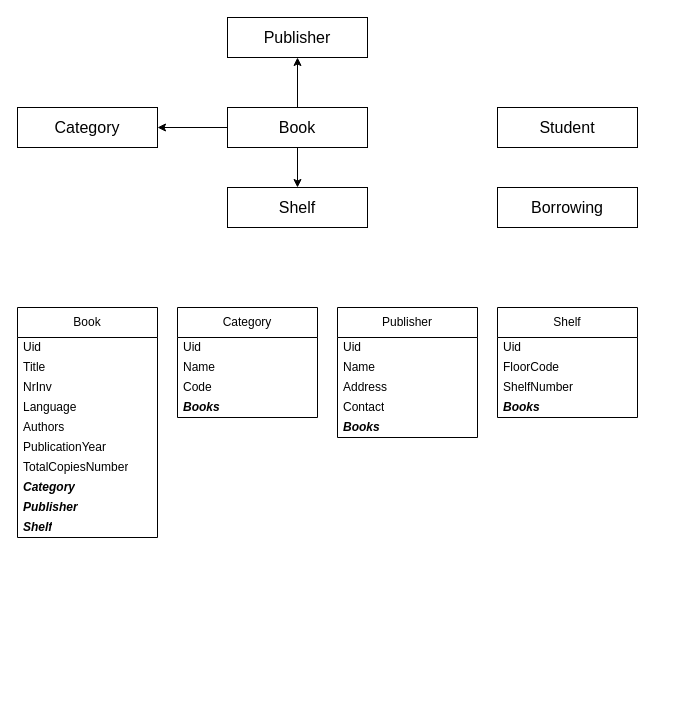
The draw.io diagram BookLibrary.drawio in ovidiucazacu/BookLibrary, before the edit. Source tidied: cells renumbered, new cells numbered last; positions are measured from the earlier drawing's top-left corner, leaving out a move shared by most shapes. Both pictures are drawn from the tidied source at 100%, with x=0, y=0 at pixel (17, 17).
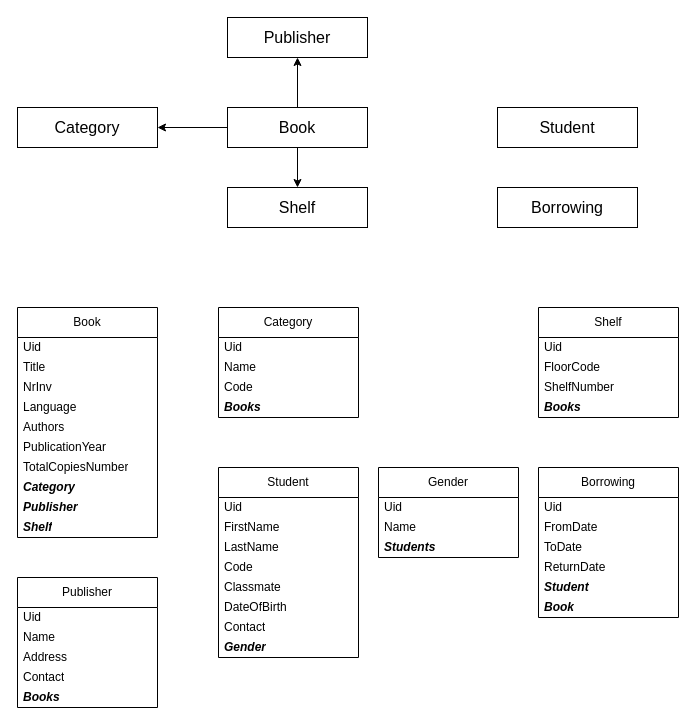
The same page after the edit.

Change to the diagram source:
```diff
@@
     <mxCell id="22" value="Category" style="swimlane;fontStyle=0;horizontal=1;startSize=30;whiteSpace=wrap;html=1;" parent="1" vertex="1">
-      <mxGeometry x="160" y="290" width="140" height="110" as="geometry" />
+      <mxGeometry x="201" y="290" width="140" height="110" as="geometry" />
     </mxCell>
@@
     <mxCell id="27" value="Publisher" style="swimlane;fontStyle=0;horizontal=1;startSize=30;whiteSpace=wrap;html=1;" parent="1" vertex="1">
-      <mxGeometry x="320" y="290" width="140" height="130" as="geometry" />
+      <mxGeometry y="560" width="140" height="130" as="geometry" />
     </mxCell>
@@
     <mxCell id="33" value="Shelf" style="swimlane;fontStyle=0;horizontal=1;startSize=30;whiteSpace=wrap;html=1;" parent="1" vertex="1">
-      <mxGeometry x="480" y="290" width="140" height="110" as="geometry" />
+      <mxGeometry x="521" y="290" width="140" height="110" as="geometry" />
     </mxCell>
@@
+    <mxCell id="38" value="Student" style="swimlane;fontStyle=0;horizontal=1;startSize=30;whiteSpace=wrap;html=1;" parent="1" vertex="1">
+      <mxGeometry x="201" y="450" width="140" height="190" as="geometry" />
+    </mxCell>
+    <mxCell id="39" value="Uid" style="text;strokeColor=none;fillColor=none;align=left;verticalAlign=middle;spacingLeft=4;spacingRight=4;overflow=hidden;whiteSpace=wrap;html=1;" parent="38" vertex="1">
+      <mxGeometry y="30" width="140" height="20" as="geometry" />
+    </mxCell>
+    <mxCell id="40" value="FirstName" style="text;strokeColor=none;fillColor=none;align=left;verticalAlign=middle;spacingLeft=4;spacingRight=4;overflow=hidden;whiteSpace=wrap;html=1;" parent="38" vertex="1">
+      <mxGeometry y="50" width="140" height="20" as="geometry" />
+    </mxCell>
+    <mxCell id="41" value="LastName" style="text;strokeColor=none;fillColor=none;align=left;verticalAlign=middle;spacingLeft=4;spacingRight=4;overflow=hidden;whiteSpace=wrap;html=1;" parent="38" vertex="1">
+      <mxGeometry y="70" width="140" height="20" as="geometry" />
+    </mxCell>
+    <mxCell id="42" value="Code" style="text;strokeColor=none;fillColor=none;align=left;verticalAlign=middle;spacingLeft=4;spacingRight=4;overflow=hidden;whiteSpace=wrap;html=1;" parent="38" vertex="1">
+      <mxGeometry y="90" width="140" height="20" as="geometry" />
+    </mxCell>
+    <mxCell id="43" value="Classmate" style="text;strokeColor=none;fillColor=none;align=left;verticalAlign=middle;spacingLeft=4;spacingRight=4;overflow=hidden;whiteSpace=wrap;html=1;" parent="38" vertex="1">
+      <mxGeometry y="110" width="140" height="20" as="geometry" />
+    </mxCell>
+    <mxCell id="44" value="DateOfBirth" style="text;strokeColor=none;fillColor=none;align=left;verticalAlign=middle;spacingLeft=4;spacingRight=4;overflow=hidden;whiteSpace=wrap;html=1;" parent="38" vertex="1">
+      <mxGeometry y="130" width="140" height="20" as="geometry" />
+    </mxCell>
+    <mxCell id="45" value="Contact" style="text;strokeColor=none;fillColor=none;align=left;verticalAlign=middle;spacingLeft=4;spacingRight=4;overflow=hidden;whiteSpace=wrap;html=1;" parent="38" vertex="1">
+      <mxGeometry y="150" width="140" height="20" as="geometry" />
+    </mxCell>
+    <mxCell id="46" value="&lt;b&gt;&lt;i&gt;Gender&lt;/i&gt;&lt;/b&gt;" style="text;strokeColor=none;fillColor=none;align=left;verticalAlign=middle;spacingLeft=4;spacingRight=4;overflow=hidden;whiteSpace=wrap;html=1;" parent="38" vertex="1">
+      <mxGeometry y="170" width="140" height="20" as="geometry" />
+    </mxCell>
+    <mxCell id="47" value="Gender" style="swimlane;fontStyle=0;horizontal=1;startSize=30;whiteSpace=wrap;html=1;" parent="1" vertex="1">
+      <mxGeometry x="361" y="450" width="140" height="90" as="geometry" />
+    </mxCell>
+    <mxCell id="48" value="Uid" style="text;strokeColor=none;fillColor=none;align=left;verticalAlign=middle;spacingLeft=4;spacingRight=4;overflow=hidden;whiteSpace=wrap;html=1;" parent="47" vertex="1">
+      <mxGeometry y="30" width="140" height="20" as="geometry" />
+    </mxCell>
+    <mxCell id="49" value="Name" style="text;strokeColor=none;fillColor=none;align=left;verticalAlign=middle;spacingLeft=4;spacingRight=4;overflow=hidden;whiteSpace=wrap;html=1;" parent="47" vertex="1">
+      <mxGeometry y="50" width="140" height="20" as="geometry" />
+    </mxCell>
+    <mxCell id="50" value="Students" style="text;strokeColor=none;fillColor=none;align=left;verticalAlign=middle;spacingLeft=4;spacingRight=4;overflow=hidden;whiteSpace=wrap;html=1;fontStyle=3;" parent="47" vertex="1">
+      <mxGeometry y="70" width="140" height="20" as="geometry" />
+    </mxCell>
+    <mxCell id="51" value="Borrowing" style="swimlane;fontStyle=0;horizontal=1;startSize=30;whiteSpace=wrap;html=1;" parent="1" vertex="1">
+      <mxGeometry x="521" y="450" width="140" height="150" as="geometry" />
+    </mxCell>
+    <mxCell id="52" value="Uid" style="text;strokeColor=none;fillColor=none;align=left;verticalAlign=middle;spacingLeft=4;spacingRight=4;overflow=hidden;whiteSpace=wrap;html=1;" parent="51" vertex="1">
+      <mxGeometry y="30" width="140" height="20" as="geometry" />
+    </mxCell>
+    <mxCell id="53" value="FromDate" style="text;strokeColor=none;fillColor=none;align=left;verticalAlign=middle;spacingLeft=4;spacingRight=4;overflow=hidden;whiteSpace=wrap;html=1;" parent="51" vertex="1">
+      <mxGeometry y="50" width="140" height="20" as="geometry" />
+    </mxCell>
+    <mxCell id="54" value="ToDate" style="text;strokeColor=none;fillColor=none;align=left;verticalAlign=middle;spacingLeft=4;spacingRight=4;overflow=hidden;whiteSpace=wrap;html=1;" parent="51" vertex="1">
+      <mxGeometry y="70" width="140" height="20" as="geometry" />
+    </mxCell>
+    <mxCell id="55" value="ReturnDate" style="text;strokeColor=none;fillColor=none;align=left;verticalAlign=middle;spacingLeft=4;spacingRight=4;overflow=hidden;whiteSpace=wrap;html=1;" parent="51" vertex="1">
+      <mxGeometry y="90" width="140" height="20" as="geometry" />
+    </mxCell>
+    <mxCell id="56" value="&lt;b&gt;&lt;i&gt;Student&lt;/i&gt;&lt;/b&gt;" style="text;strokeColor=none;fillColor=none;align=left;verticalAlign=middle;spacingLeft=4;spacingRight=4;overflow=hidden;whiteSpace=wrap;html=1;" parent="51" vertex="1">
+      <mxGeometry y="110" width="140" height="20" as="geometry" />
+    </mxCell>
+    <mxCell id="57" value="&lt;b&gt;&lt;i&gt;Book&lt;/i&gt;&lt;/b&gt;" style="text;strokeColor=none;fillColor=none;align=left;verticalAlign=middle;spacingLeft=4;spacingRight=4;overflow=hidden;whiteSpace=wrap;html=1;" parent="51" vertex="1">
+      <mxGeometry y="130" width="140" height="20" as="geometry" />
+    </mxCell>
```
